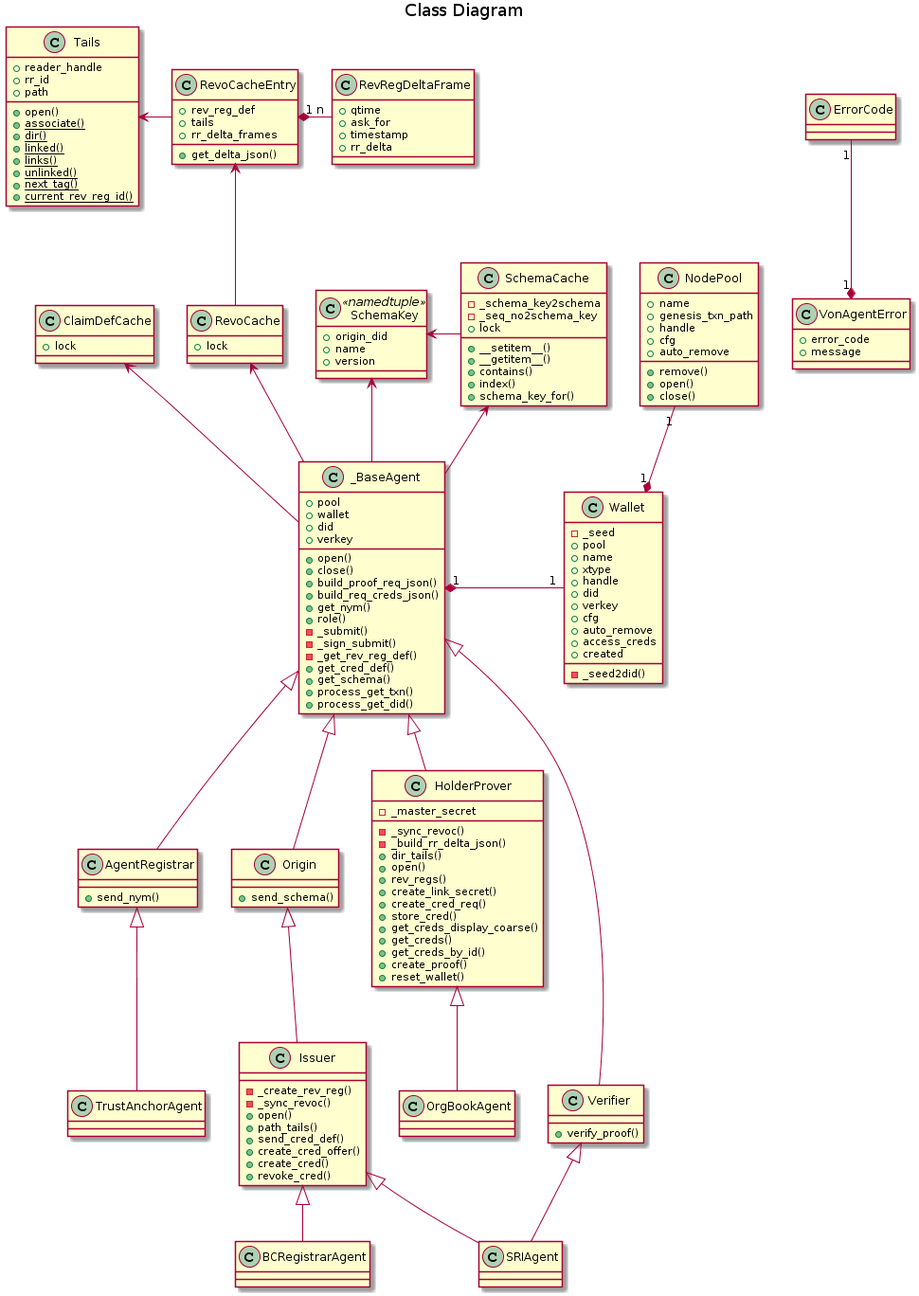
The PlantUML diagram doc/pic/class.png in PSPC-SPAC-buyandsell/von_base, before a commit.
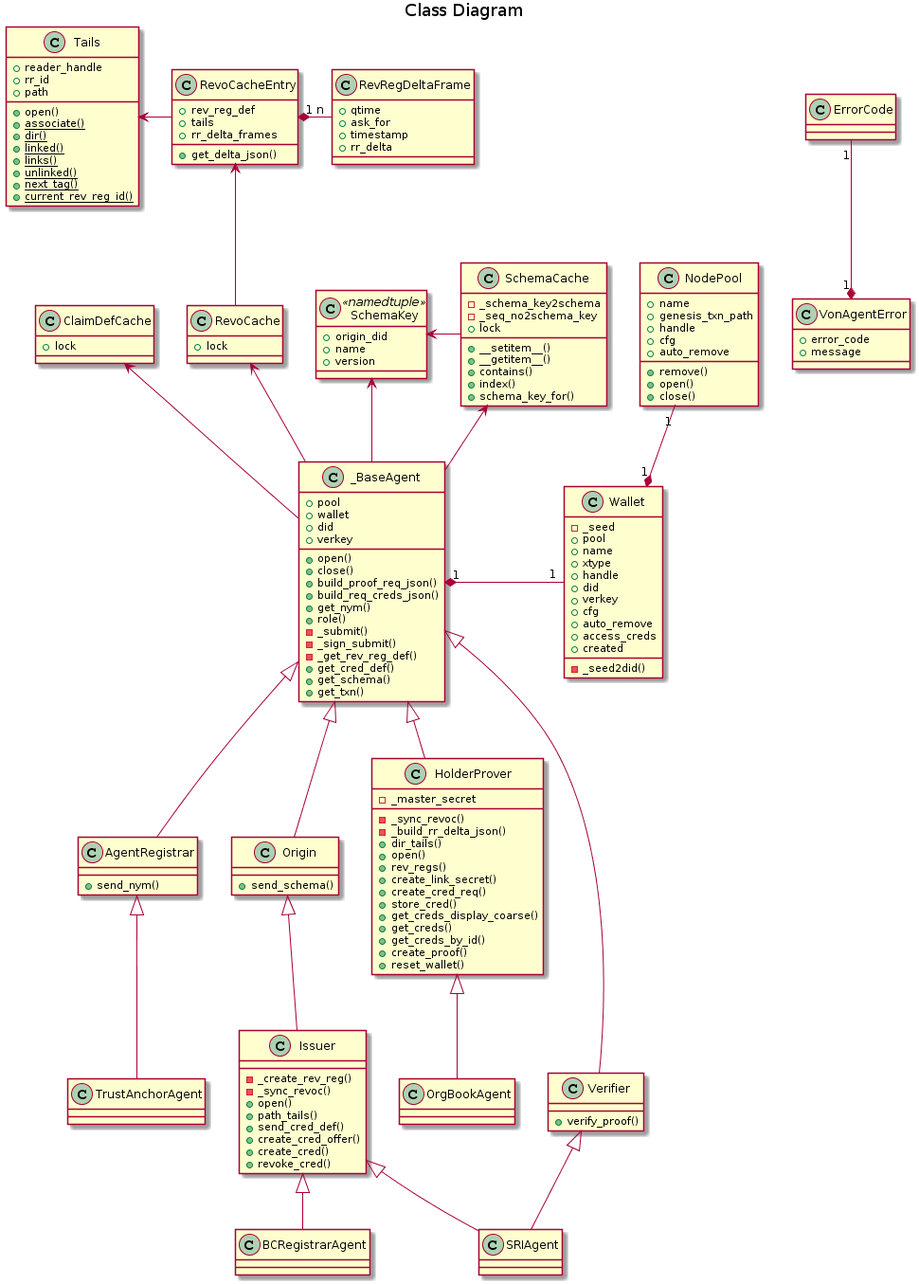
Above is the later version.

Diff of the diagram source:
```diff
@@ -105,8 +105,7 @@
     -_get_rev_reg_def()
     +get_cred_def()
     +get_schema()
-    +process_get_txn()
-    +process_get_did()
+    +get_txn()
 }
 
 class AgentRegistrar {
```
